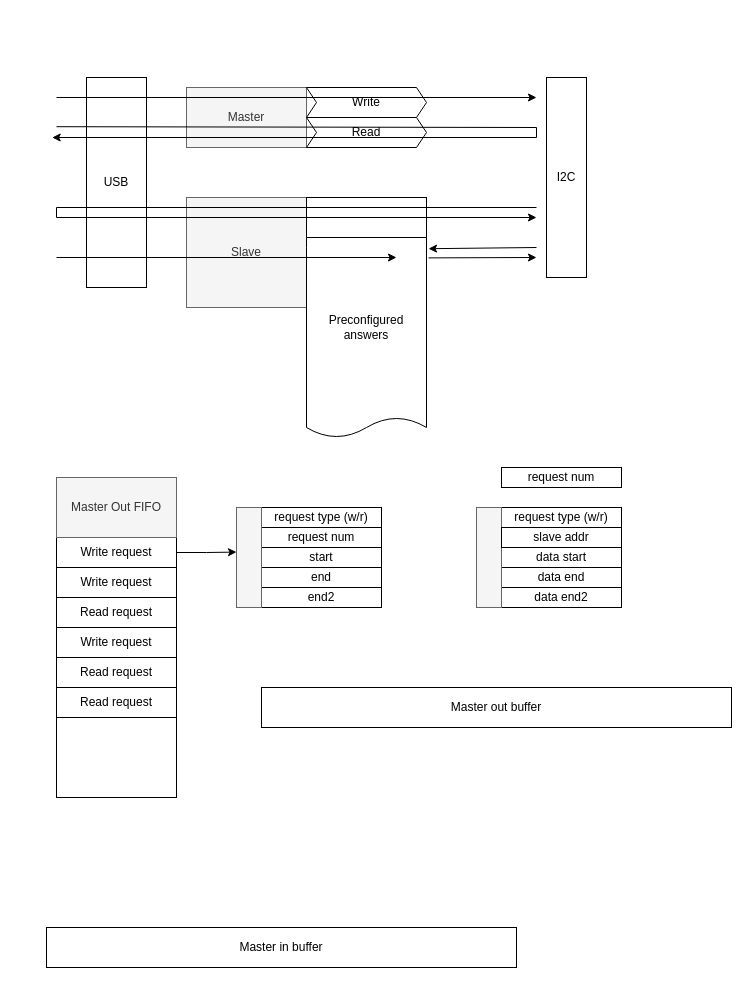
This is Docu/I2cCom.drawio from AlmCoding/stm32usb, a draw.io file, before an edit. Source tidied: cells renumbered, new cells numbered last; positions are measured from the earlier drawing's top-left corner, leaving out a move shared by most shapes. Both pictures are drawn from the tidied source at 100%, with x=0, y=0 at pixel (46, 77).
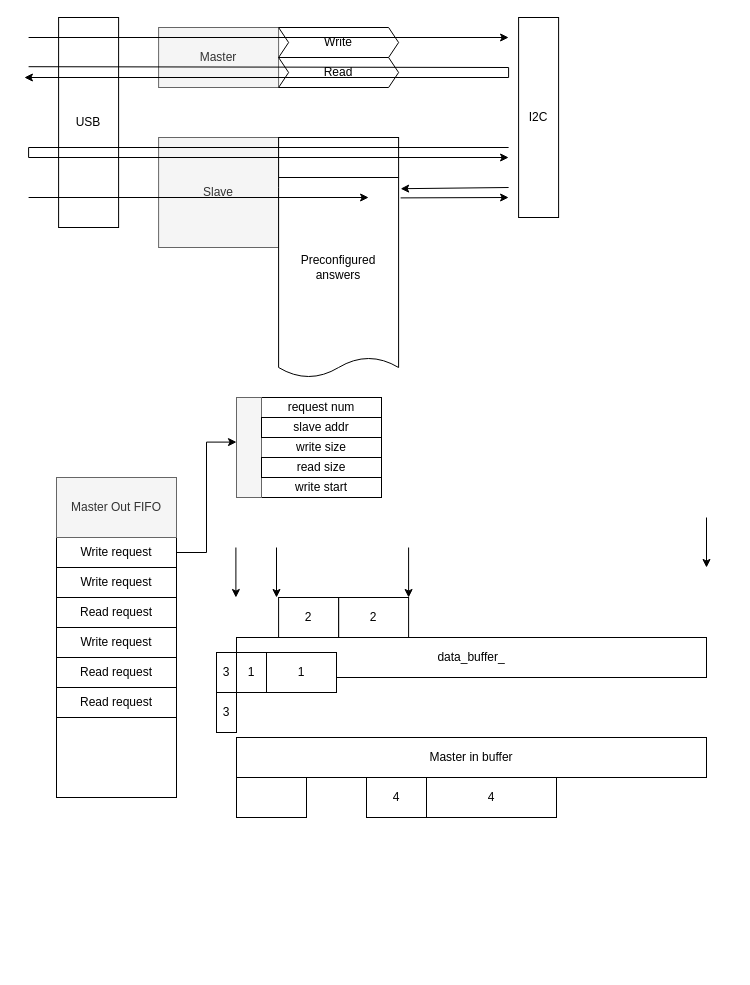
Above is the later version.

Diff of the diagram source:
```diff
@@
     <mxCell id="2" value="USB" style="rounded=0;whiteSpace=wrap;html=1;" parent="1" vertex="1">
-      <mxGeometry x="40" width="60" height="210" as="geometry" />
+      <mxGeometry x="12.1" y="-60" width="60" height="210" as="geometry" />
     </mxCell>
     <mxCell id="3" value="Master" style="rounded=0;whiteSpace=wrap;html=1;fillColor=#f5f5f5;fontColor=#333333;strokeColor=#666666;" parent="1" vertex="1">
-      <mxGeometry x="140" y="10" width="120" height="60" as="geometry" />
+      <mxGeometry x="112.1" y="-50" width="120" height="60" as="geometry" />
     </mxCell>
     <mxCell id="4" value="Read" style="shape=step;perimeter=stepPerimeter;whiteSpace=wrap;html=1;fixedSize=1;size=10;" parent="1" vertex="1">
-      <mxGeometry x="260" y="40" width="120" height="30" as="geometry" />
+      <mxGeometry x="232.1" y="-20" width="120" height="30" as="geometry" />
     </mxCell>
     <mxCell id="5" value="Write" style="shape=step;perimeter=stepPerimeter;whiteSpace=wrap;html=1;fixedSize=1;size=10;" parent="1" vertex="1">
-      <mxGeometry x="260" y="10" width="120" height="30" as="geometry" />
+      <mxGeometry x="232.1" y="-50" width="120" height="30" as="geometry" />
     </mxCell>
     <mxCell id="6" value="Slave" style="rounded=0;whiteSpace=wrap;html=1;fillColor=#f5f5f5;fontColor=#333333;strokeColor=#666666;" parent="1" vertex="1">
-      <mxGeometry x="140" y="120" width="120" height="110" as="geometry" />
+      <mxGeometry x="112.1" y="60" width="120" height="110" as="geometry" />
     </mxCell>
     <mxCell id="7" style="endArrow=classic;html=1;rounded=0;" parent="1" edge="1">
       <mxGeometry relative="1" as="geometry">
-        <mxPoint x="10" y="20" as="sourcePoint" />
-        <mxPoint x="490" y="20" as="targetPoint" />
+        <mxPoint x="-17.9" y="-40" as="sourcePoint" />
+        <mxPoint x="462.1" y="-40" as="targetPoint" />
       </mxGeometry>
     </mxCell>
     <mxCell id="8" style="endArrow=classic;html=1;rounded=0;" parent="1" edge="1">
       <mxGeometry relative="1" as="geometry">
-        <mxPoint x="10" y="49.2" as="sourcePoint" />
-        <mxPoint x="5.7" y="60" as="targetPoint" />
+        <mxPoint x="-17.9" y="-10.8" as="sourcePoint" />
+        <mxPoint x="-22.1" as="targetPoint" />
         <Array as="points">
-          <mxPoint x="490" y="50" />
-          <mxPoint x="490" y="60" />
+          <mxPoint x="462.1" y="-10" />
+          <mxPoint x="462.1" />
         </Array>
       </mxGeometry>
     </mxCell>
     <mxCell id="9" style="rounded=0;whiteSpace=wrap;html=1;" parent="1" vertex="1">
-      <mxGeometry x="260" y="120" width="120" height="40" as="geometry" />
+      <mxGeometry x="232.1" y="60" width="120" height="40" as="geometry" />
     </mxCell>
     <mxCell id="10" value="Preconfigured answers" style="shape=document;whiteSpace=wrap;html=1;boundedLbl=1;size=0.1;" parent="1" vertex="1">
-      <mxGeometry x="260" y="160" width="120" height="200" as="geometry" />
+      <mxGeometry x="232.1" y="100" width="120" height="200" as="geometry" />
     </mxCell>
     <mxCell id="11" style="endArrow=classic;html=1;rounded=0;" parent="1" edge="1">
       <mxGeometry relative="1" as="geometry">
-        <mxPoint x="490" y="130" as="sourcePoint" />
-        <mxPoint x="490" y="140" as="targetPoint" />
+        <mxPoint x="462.1" y="70" as="sourcePoint" />
+        <mxPoint x="462.1" y="80" as="targetPoint" />
         <Array as="points">
-          <mxPoint x="10" y="130" />
-          <mxPoint x="10" y="140" />
+          <mxPoint x="-17.9" y="70" />
+          <mxPoint x="-17.9" y="80" />
         </Array>
       </mxGeometry>
     </mxCell>
     <mxCell id="12" style="endArrow=classic;html=1;rounded=0;entryX=1.017;entryY=0.056;entryDx=0;entryDy=0;entryPerimeter=0;" parent="1" edge="1" target="10">
       <mxGeometry relative="1" as="geometry">
-        <mxPoint x="490" y="170" as="sourcePoint" />
+        <mxPoint x="462.1" y="110" as="sourcePoint" />
       </mxGeometry>
     </mxCell>
     <mxCell id="13" style="endArrow=classic;html=1;rounded=0;exitX=1.017;exitY=0.102;exitDx=0;exitDy=0;exitPerimeter=0;" parent="1" edge="1" source="10">
       <mxGeometry relative="1" as="geometry">
-        <mxPoint x="490" y="180" as="targetPoint" />
+        <mxPoint x="462.1" y="120" as="targetPoint" />
       </mxGeometry>
     </mxCell>
     <mxCell id="14" style="endArrow=classic;html=1;rounded=0;" parent="1" edge="1">
       <mxGeometry relative="1" as="geometry">
-        <mxPoint x="10" y="180" as="sourcePoint" />
-        <mxPoint x="350" y="180" as="targetPoint" />
+        <mxPoint x="-17.9" y="120" as="sourcePoint" />
+        <mxPoint x="322.1" y="120" as="targetPoint" />
       </mxGeometry>
     </mxCell>
@@
-    <mxCell id="24" value="Master out buffer" style="rounded=0;whiteSpace=wrap;html=1;" parent="1" vertex="1">
-      <mxGeometry x="215" y="610" width="470" height="40" as="geometry" />
+    <mxCell id="24" value="data_buffer_" style="rounded=0;whiteSpace=wrap;html=1;" parent="1" vertex="1">
+      <mxGeometry x="190" y="560" width="470" height="40" as="geometry" />
     </mxCell>
     <mxCell id="25" value="Master in buffer" style="rounded=0;whiteSpace=wrap;html=1;" parent="1" vertex="1">
-      <mxGeometry y="850" width="470" height="40" as="geometry" />
+      <mxGeometry x="190" y="660" width="470" height="40" as="geometry" />
     </mxCell>
     <mxCell id="26" value="I2C" style="rounded=0;whiteSpace=wrap;html=1;" parent="1" vertex="1">
-      <mxGeometry x="500" width="40" height="200" as="geometry" />
+      <mxGeometry x="472.1" y="-60" width="40" height="200" as="geometry" />
     </mxCell>
-    <mxCell id="27" value="request type (w/r)" style="rounded=0;whiteSpace=wrap;html=1;" parent="1" vertex="1">
-      <mxGeometry x="215" y="430" width="120" height="20" as="geometry" />
-    </mxCell>
     <mxCell id="28" value="request num" style="rounded=0;whiteSpace=wrap;html=1;" parent="1" vertex="1">
-      <mxGeometry x="215" y="450" width="120" height="20" as="geometry" />
+      <mxGeometry x="215" y="320" width="120" height="20" as="geometry" />
     </mxCell>
-    <mxCell id="29" value="start" style="rounded=0;whiteSpace=wrap;html=1;" parent="1" vertex="1">
-      <mxGeometry x="215" y="470" width="120" height="20" as="geometry" />
+    <mxCell id="29" value="write start" style="rounded=0;whiteSpace=wrap;html=1;" parent="1" vertex="1">
+      <mxGeometry x="215" y="400" width="120" height="20" as="geometry" />
     </mxCell>
-    <mxCell id="30" value="end2" style="rounded=0;whiteSpace=wrap;html=1;" parent="1" vertex="1">
-      <mxGeometry x="215" y="510" width="120" height="20" as="geometry" />
-    </mxCell>
-    <mxCell id="31" value="end" style="rounded=0;whiteSpace=wrap;html=1;" parent="1" vertex="1">
-      <mxGeometry x="215" y="490" width="120" height="20" as="geometry" />
+    <mxCell id="31" value="write size" style="rounded=0;whiteSpace=wrap;html=1;" parent="1" vertex="1">
+      <mxGeometry x="215" y="360" width="120" height="20" as="geometry" />
     </mxCell>
     <mxCell id="32" style="rounded=0;whiteSpace=wrap;html=1;fillColor=#f5f5f5;fontColor=#333333;strokeColor=#666666;" parent="1" vertex="1">
-      <mxGeometry x="190" y="430" width="25" height="100" as="geometry" />
+      <mxGeometry x="190" y="320" width="25" height="100" as="geometry" />
     </mxCell>
-    <mxCell id="33" value="request type (w/r)" style="rounded=0;whiteSpace=wrap;html=1;" parent="1" vertex="1">
-      <mxGeometry x="455" y="430" width="120" height="20" as="geometry" />
-    </mxCell>
-    <mxCell id="34" value="request num" style="rounded=0;whiteSpace=wrap;html=1;" parent="1" vertex="1">
-      <mxGeometry x="455" y="390" width="120" height="20" as="geometry" />
-    </mxCell>
-    <mxCell id="35" value="data start" style="rounded=0;whiteSpace=wrap;html=1;" parent="1" vertex="1">
-      <mxGeometry x="455" y="470" width="120" height="20" as="geometry" />
-    </mxCell>
-    <mxCell id="36" value="data end2" style="rounded=0;whiteSpace=wrap;html=1;" parent="1" vertex="1">
-      <mxGeometry x="455" y="510" width="120" height="20" as="geometry" />
-    </mxCell>
-    <mxCell id="37" value="data end" style="rounded=0;whiteSpace=wrap;html=1;" parent="1" vertex="1">
-      <mxGeometry x="455" y="490" width="120" height="20" as="geometry" />
-    </mxCell>
-    <mxCell id="38" style="rounded=0;whiteSpace=wrap;html=1;fillColor=#f5f5f5;fontColor=#333333;strokeColor=#666666;" parent="1" vertex="1">
-      <mxGeometry x="430" y="430" width="25" height="100" as="geometry" />
-    </mxCell>
     <mxCell id="39" value="slave addr" style="rounded=0;whiteSpace=wrap;html=1;" parent="1" vertex="1">
-      <mxGeometry x="455" y="450" width="120" height="20" as="geometry" />
+      <mxGeometry x="215" y="340" width="120" height="20" as="geometry" />
     </mxCell>
+    <mxCell id="40" value="read size" style="rounded=0;whiteSpace=wrap;html=1;" parent="1" vertex="1">
+      <mxGeometry x="215" y="380" width="120" height="20" as="geometry" />
+    </mxCell>
+    <mxCell id="41" value="1" style="rounded=0;whiteSpace=wrap;html=1;" parent="1" vertex="1">
+      <mxGeometry x="190" y="575" width="30" height="40" as="geometry" />
+    </mxCell>
+    <mxCell id="42" style="rounded=0;whiteSpace=wrap;html=1;" parent="1" vertex="1">
+      <mxGeometry x="190" y="700" width="70" height="40" as="geometry" />
+    </mxCell>
+    <mxCell id="43" value="1" style="rounded=0;whiteSpace=wrap;html=1;" parent="1" vertex="1">
+      <mxGeometry x="220" y="575" width="70" height="40" as="geometry" />
+    </mxCell>
+    <mxCell id="44" value="2" style="rounded=0;whiteSpace=wrap;html=1;" parent="1" vertex="1">
+      <mxGeometry x="292.1" y="520" width="70" height="40" as="geometry" />
+    </mxCell>
+    <mxCell id="45" value="3" style="rounded=0;whiteSpace=wrap;html=1;" parent="1" vertex="1">
+      <mxGeometry x="170" y="575" width="20" height="40" as="geometry" />
+    </mxCell>
+    <mxCell id="46" value="2" style="rounded=0;whiteSpace=wrap;html=1;" parent="1" vertex="1">
+      <mxGeometry x="232.1" y="520" width="60" height="40" as="geometry" />
+    </mxCell>
+    <mxCell id="47" value="3" style="rounded=0;whiteSpace=wrap;html=1;" parent="1" vertex="1">
+      <mxGeometry x="170" y="615" width="20" height="40" as="geometry" />
+    </mxCell>
+    <mxCell id="48" value="4" style="rounded=0;whiteSpace=wrap;html=1;" parent="1" vertex="1">
+      <mxGeometry x="320" y="700" width="60" height="40" as="geometry" />
+    </mxCell>
+    <mxCell id="49" value="4" style="rounded=0;whiteSpace=wrap;html=1;" parent="1" vertex="1">
+      <mxGeometry x="380" y="700" width="130" height="40" as="geometry" />
+    </mxCell>
+    <mxCell id="50" style="endArrow=classic;html=1;rounded=0;" parent="1" edge="1">
+      <mxGeometry relative="1" as="geometry">
+        <mxPoint x="230" y="470" as="sourcePoint" />
+        <mxPoint x="230" y="520" as="targetPoint" />
+      </mxGeometry>
+    </mxCell>
+    <mxCell id="51" style="endArrow=classic;html=1;rounded=0;" parent="1" edge="1">
+      <mxGeometry relative="1" as="geometry">
+        <mxPoint x="362.1" y="470" as="sourcePoint" />
+        <mxPoint x="362.1" y="520" as="targetPoint" />
+      </mxGeometry>
+    </mxCell>
+    <mxCell id="52" style="endArrow=classic;html=1;rounded=0;" parent="1" edge="1">
+      <mxGeometry relative="1" as="geometry">
+        <mxPoint x="189.4" y="470" as="sourcePoint" />
+        <mxPoint x="189.4" y="520" as="targetPoint" />
+      </mxGeometry>
+    </mxCell>
+    <mxCell id="53" style="endArrow=classic;html=1;rounded=0;" parent="1" edge="1">
+      <mxGeometry relative="1" as="geometry">
+        <mxPoint x="660" y="440" as="sourcePoint" />
+        <mxPoint x="660" y="490" as="targetPoint" />
+      </mxGeometry>
+    </mxCell>
```
